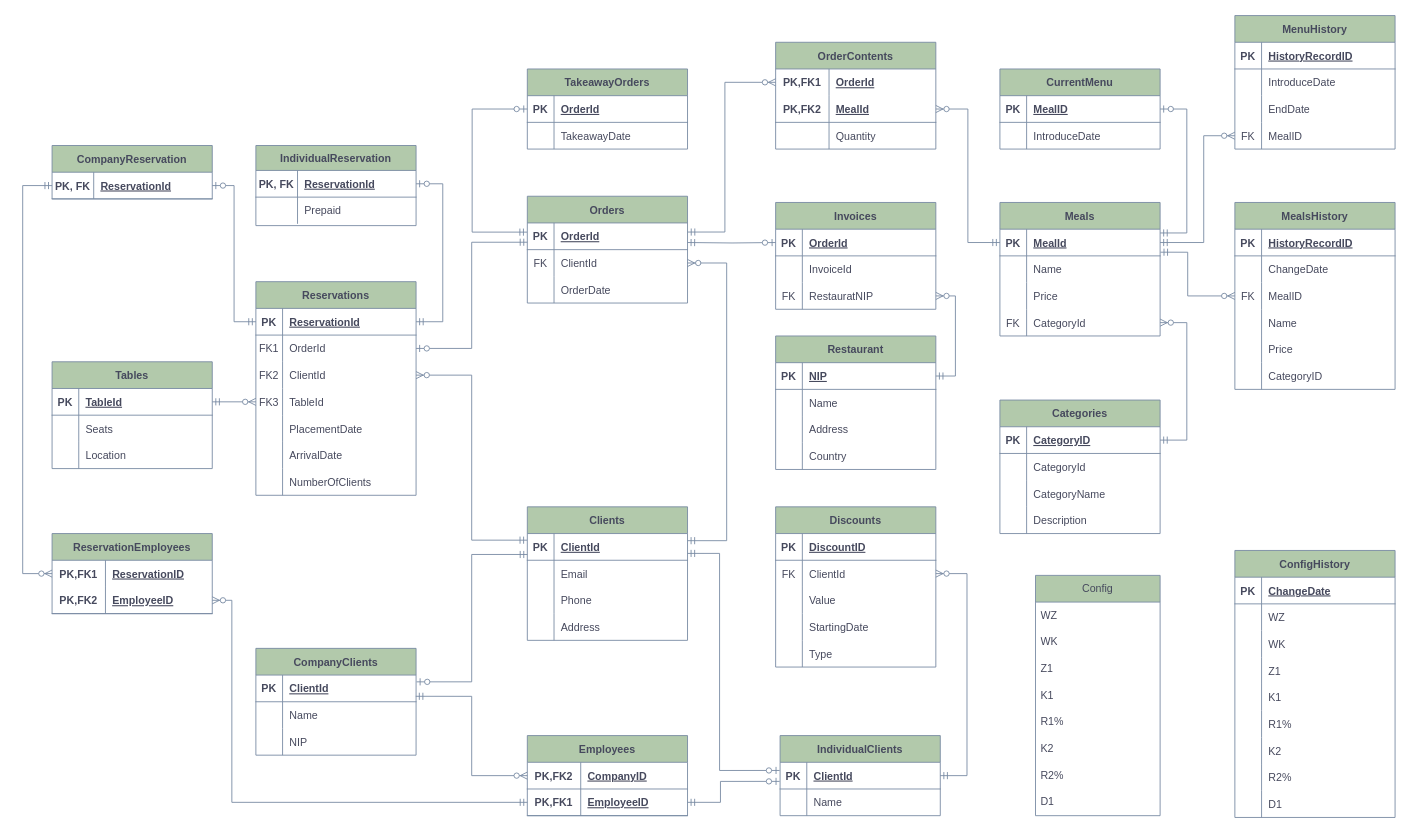
Before: db_diagram/db_diagram.drawio in Noarkhh/BazyBazunie, a draw.io diagram. Source tidied: cells renumbered, new cells numbered last; positions are measured from the earlier drawing's top-left corner, leaving out a move shared by most shapes. Both pictures are drawn from the tidied source at 89%, with x=0, y=0 at pixel (22, 15).
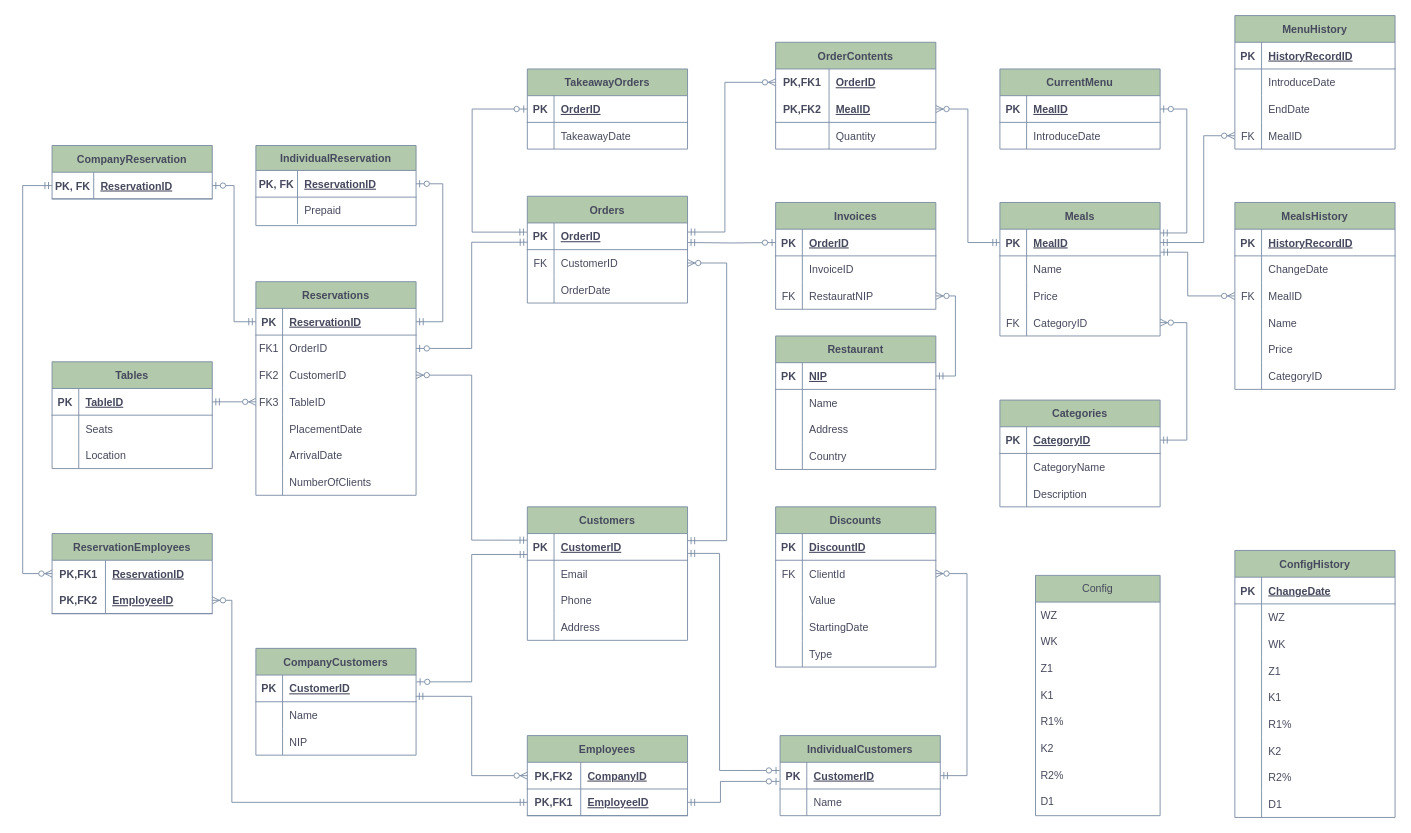
After the change.

Unchanged cells that the change refers to:
```xml
<mxCell id="3" style="shape=tableRow;horizontal=0;startSize=0;swimlaneHead=0;swimlaneBody=0;fillColor=none;points=[[0,0.5],[1,0.5]];portConstraint=eastwest;top=0;left=0;right=0;bottom=1;strokeColor=#788AA3;fontColor=#46495D;rounded=0;" parent="2" vertex="1">
  <mxGeometry y="30" width="180" height="30" as="geometry" />
</mxCell>
<mxCell id="13" style="shape=tableRow;horizontal=0;startSize=0;swimlaneHead=0;swimlaneBody=0;fillColor=none;points=[[0,0.5],[1,0.5]];portConstraint=eastwest;top=0;left=0;right=0;bottom=1;strokeColor=#788AA3;fontColor=#46495D;rounded=0;" parent="12" vertex="1">
  <mxGeometry y="30" width="180" height="30" as="geometry" />
</mxCell>
<mxCell id="16" style="shape=tableRow;horizontal=0;startSize=0;swimlaneHead=0;swimlaneBody=0;fillColor=none;points=[[0,0.5],[1,0.5]];portConstraint=eastwest;top=0;left=0;right=0;bottom=0;strokeColor=#788AA3;fontColor=#46495D;rounded=0;" parent="12" vertex="1">
  <mxGeometry y="60" width="180" height="30" as="geometry" />
</mxCell>
<mxCell id="19" style="shape=tableRow;horizontal=0;startSize=0;swimlaneHead=0;swimlaneBody=0;fillColor=none;points=[[0,0.5],[1,0.5]];portConstraint=eastwest;top=0;left=0;right=0;bottom=0;strokeColor=#788AA3;fontColor=#46495D;rounded=0;" parent="12" vertex="1">
  <mxGeometry y="90" width="180" height="30" as="geometry" />
</mxCell>
<mxCell id="22" style="shape=tableRow;horizontal=0;startSize=0;swimlaneHead=0;swimlaneBody=0;fillColor=none;points=[[0,0.5],[1,0.5]];portConstraint=eastwest;top=0;left=0;right=0;bottom=0;strokeColor=#788AA3;fontColor=#46495D;rounded=0;" parent="12" vertex="1">
  <mxGeometry y="120" width="180" height="30" as="geometry" />
</mxCell>
<mxCell id="35" style="shape=tableRow;horizontal=0;startSize=0;swimlaneHead=0;swimlaneBody=0;fillColor=none;points=[[0,0.5],[1,0.5]];portConstraint=eastwest;top=0;left=0;right=0;bottom=1;strokeColor=#788AA3;fontColor=#46495D;rounded=0;" parent="34" vertex="1">
  <mxGeometry y="30" width="180" height="30" as="geometry" />
</mxCell>
<mxCell id="39" style="shape=tableRow;horizontal=0;startSize=0;swimlaneHead=0;swimlaneBody=0;fillColor=none;points=[[0,0.5],[1,0.5]];portConstraint=eastwest;top=0;left=0;right=0;bottom=1;strokeColor=#788AA3;fontColor=#46495D;rounded=0;" parent="38" vertex="1">
  <mxGeometry y="28" width="180" height="30" as="geometry" />
</mxCell>
<mxCell id="49" style="shape=tableRow;horizontal=0;startSize=0;swimlaneHead=0;swimlaneBody=0;fillColor=none;points=[[0,0.5],[1,0.5]];portConstraint=eastwest;top=0;left=0;right=0;bottom=1;strokeColor=#788AA3;fontColor=#46495D;rounded=0;" parent="48" vertex="1">
  <mxGeometry y="30" width="180" height="30" as="geometry" />
</mxCell>
<mxCell id="62" style="shape=tableRow;horizontal=0;startSize=0;swimlaneHead=0;swimlaneBody=0;fillColor=none;points=[[0,0.5],[1,0.5]];portConstraint=eastwest;top=0;left=0;right=0;bottom=1;strokeColor=#788AA3;fontColor=#46495D;rounded=0;" parent="61" vertex="1">
  <mxGeometry y="30" width="180" height="30" as="geometry" />
</mxCell>
<mxCell id="65" style="shape=tableRow;horizontal=0;startSize=0;swimlaneHead=0;swimlaneBody=0;fillColor=none;points=[[0,0.5],[1,0.5]];portConstraint=eastwest;top=0;left=0;right=0;bottom=0;strokeColor=#788AA3;fontColor=#46495D;rounded=0;" parent="61" vertex="1">
  <mxGeometry y="60" width="180" height="30" as="geometry" />
</mxCell>
<mxCell id="72" style="shape=tableRow;horizontal=0;startSize=0;swimlaneHead=0;swimlaneBody=0;fillColor=none;points=[[0,0.5],[1,0.5]];portConstraint=eastwest;top=0;left=0;right=0;bottom=1;strokeColor=#788AA3;fontColor=#46495D;rounded=0;" parent="71" vertex="1">
  <mxGeometry y="30" width="180" height="30" as="geometry" />
</mxCell>
<mxCell id="79" style="shape=tableRow;horizontal=0;startSize=0;swimlaneHead=0;swimlaneBody=0;fillColor=none;points=[[0,0.5],[1,0.5]];portConstraint=eastwest;top=0;left=0;right=0;bottom=1;strokeColor=#788AA3;fontColor=#46495D;rounded=0;" parent="78" vertex="1">
  <mxGeometry y="30" width="180" height="30" as="geometry" />
</mxCell>
<mxCell id="82" style="shape=tableRow;horizontal=0;startSize=0;swimlaneHead=0;swimlaneBody=0;fillColor=none;top=0;left=0;right=0;bottom=0;strokeColor=#788AA3;fontColor=#46495D;rounded=0;" parent="78" vertex="1">
  <mxGeometry y="60" width="180" height="30" as="geometry" />
</mxCell>
<mxCell id="102" style="shape=tableRow;horizontal=0;startSize=0;swimlaneHead=0;swimlaneBody=0;fillColor=none;points=[[0,0.5],[1,0.5]];portConstraint=eastwest;top=0;left=0;right=0;bottom=0;strokeColor=#788AA3;fontColor=#46495D;rounded=0;" parent="101" vertex="1">
  <mxGeometry y="30" width="180" height="30" as="geometry" />
</mxCell>
<mxCell id="105" style="shape=tableRow;horizontal=0;startSize=0;swimlaneHead=0;swimlaneBody=0;fillColor=none;points=[[0,0.5],[1,0.5]];portConstraint=eastwest;top=0;left=0;right=0;bottom=1;strokeColor=#788AA3;fontColor=#46495D;rounded=0;" parent="101" vertex="1">
  <mxGeometry y="60" width="180" height="30" as="geometry" />
</mxCell>
<mxCell id="112" style="shape=tableRow;horizontal=0;startSize=0;swimlaneHead=0;swimlaneBody=0;fillColor=none;points=[[0,0.5],[1,0.5]];portConstraint=eastwest;top=0;left=0;right=0;bottom=1;strokeColor=#788AA3;fontColor=#46495D;rounded=0;" parent="111" vertex="1">
  <mxGeometry y="30" width="180" height="30" as="geometry" />
</mxCell>
<mxCell id="121" style="shape=tableRow;horizontal=0;startSize=0;swimlaneHead=0;swimlaneBody=0;fillColor=none;points=[[0,0.5],[1,0.5]];portConstraint=eastwest;top=0;left=0;right=0;bottom=0;strokeColor=#788AA3;fontColor=#46495D;rounded=0;" parent="111" vertex="1">
  <mxGeometry y="120" width="180" height="30" as="geometry" />
</mxCell>
<mxCell id="138" style="shape=tableRow;horizontal=0;startSize=0;swimlaneHead=0;swimlaneBody=0;fillColor=none;points=[[0,0.5],[1,0.5]];portConstraint=eastwest;top=0;left=0;right=0;bottom=1;strokeColor=#788AA3;fontColor=#46495D;rounded=0;" parent="137" vertex="1">
  <mxGeometry y="30" width="180" height="30" as="geometry" />
</mxCell>
<mxCell id="145" style="shape=tableRow;horizontal=0;startSize=0;swimlaneHead=0;swimlaneBody=0;fillColor=none;points=[[0,0.5],[1,0.5]];portConstraint=eastwest;top=0;left=0;right=0;bottom=1;strokeColor=#788AA3;fontColor=#46495D;rounded=0;" parent="144" vertex="1">
  <mxGeometry y="30" width="180" height="30" as="geometry" />
</mxCell>
```

What changed in the source:
```diff
@@
-    <mxCell id="5" value="TableId" style="shape=partialRectangle;fillColor=none;top=0;left=0;bottom=0;right=0;align=left;spacingLeft=6;fontStyle=5;overflow=hidden;strokeColor=#788AA3;fontColor=#46495D;rounded=0;" parent="3" vertex="1">
+    <mxCell id="5" value="TableID" style="shape=partialRectangle;fillColor=none;top=0;left=0;bottom=0;right=0;align=left;spacingLeft=6;fontStyle=5;overflow=hidden;strokeColor=#788AA3;fontColor=#46495D;rounded=0;" parent="3" vertex="1">
       <mxGeometry x="30" width="150" height="30" as="geometry" />
     </mxCell>
@@
-    <mxCell id="15" value="ReservationId" style="shape=partialRectangle;fillColor=none;top=0;left=0;bottom=0;right=0;align=left;spacingLeft=6;fontStyle=5;overflow=hidden;strokeColor=#788AA3;fontColor=#46495D;rounded=0;" parent="13" vertex="1">
+    <mxCell id="15" value="ReservationID" style="shape=partialRectangle;fillColor=none;top=0;left=0;bottom=0;right=0;align=left;spacingLeft=6;fontStyle=5;overflow=hidden;strokeColor=#788AA3;fontColor=#46495D;rounded=0;" parent="13" vertex="1">
       <mxGeometry x="30" width="150" height="30" as="geometry" />
     </mxCell>
@@
-    <mxCell id="18" value="OrderId" style="shape=partialRectangle;fillColor=none;top=0;left=0;bottom=0;right=0;align=left;spacingLeft=6;overflow=hidden;strokeColor=#788AA3;fontColor=#46495D;rounded=0;" parent="16" vertex="1">
+    <mxCell id="18" value="OrderID" style="shape=partialRectangle;fillColor=none;top=0;left=0;bottom=0;right=0;align=left;spacingLeft=6;overflow=hidden;strokeColor=#788AA3;fontColor=#46495D;rounded=0;" parent="16" vertex="1">
       <mxGeometry x="30" width="150" height="30" as="geometry" />
     </mxCell>
@@
-    <mxCell id="21" value="ClientId" style="shape=partialRectangle;fillColor=none;top=0;left=0;bottom=0;right=0;align=left;spacingLeft=6;overflow=hidden;strokeColor=#788AA3;fontColor=#46495D;rounded=0;" parent="19" vertex="1">
+    <mxCell id="21" value="CustomerID" style="shape=partialRectangle;fillColor=none;top=0;left=0;bottom=0;right=0;align=left;spacingLeft=6;overflow=hidden;strokeColor=#788AA3;fontColor=#46495D;rounded=0;" parent="19" vertex="1">
       <mxGeometry x="30" width="150" height="30" as="geometry" />
     </mxCell>
@@
-    <mxCell id="24" value="TableId" style="shape=partialRectangle;fillColor=none;top=0;left=0;bottom=0;right=0;align=left;spacingLeft=6;overflow=hidden;strokeColor=#788AA3;fontColor=#46495D;rounded=0;" parent="22" vertex="1">
+    <mxCell id="24" value="TableID" style="shape=partialRectangle;fillColor=none;top=0;left=0;bottom=0;right=0;align=left;spacingLeft=6;overflow=hidden;strokeColor=#788AA3;fontColor=#46495D;rounded=0;" parent="22" vertex="1">
       <mxGeometry x="30" width="150" height="30" as="geometry" />
     </mxCell>
@@
-    <mxCell id="37" value="ReservationId" style="shape=partialRectangle;fillColor=none;top=0;left=0;bottom=0;right=0;align=left;spacingLeft=6;fontStyle=5;overflow=hidden;strokeColor=#788AA3;fontColor=#46495D;rounded=0;" parent="35" vertex="1">
+    <mxCell id="37" value="ReservationID" style="shape=partialRectangle;fillColor=none;top=0;left=0;bottom=0;right=0;align=left;spacingLeft=6;fontStyle=5;overflow=hidden;strokeColor=#788AA3;fontColor=#46495D;rounded=0;" parent="35" vertex="1">
       <mxGeometry x="46.8" width="133.2" height="30" as="geometry" />
     </mxCell>
@@
-    <mxCell id="41" value="ReservationId" style="shape=partialRectangle;fillColor=none;top=0;left=0;bottom=0;right=0;align=left;spacingLeft=6;fontStyle=5;overflow=hidden;strokeColor=#788AA3;fontColor=#46495D;rounded=0;" parent="39" vertex="1">
+    <mxCell id="41" value="ReservationID" style="shape=partialRectangle;fillColor=none;top=0;left=0;bottom=0;right=0;align=left;spacingLeft=6;fontStyle=5;overflow=hidden;strokeColor=#788AA3;fontColor=#46495D;rounded=0;" parent="39" vertex="1">
       <mxGeometry x="46.8" width="133.2" height="30" as="geometry" />
     </mxCell>
@@
-    <mxCell id="48" value="Clients" style="shape=table;startSize=30;childLayout=tableLayout;rowLines=0;fontStyle=1;align=center;rounded=0;fillColor=#B2C9AB;strokeColor=#788AA3;fontColor=#46495D;" parent="1" vertex="1">
+    <mxCell id="48" value="Customers" style="shape=table;startSize=30;childLayout=tableLayout;rowLines=0;fontStyle=1;align=center;rounded=0;fillColor=#B2C9AB;strokeColor=#788AA3;fontColor=#46495D;" parent="1" vertex="1">
       <mxGeometry x="567" y="552" width="180" height="150" as="geometry" />
     </mxCell>
@@
-    <mxCell id="51" value="ClientId" style="shape=partialRectangle;fillColor=none;top=0;left=0;bottom=0;right=0;align=left;spacingLeft=6;fontStyle=5;overflow=hidden;strokeColor=#788AA3;fontColor=#46495D;rounded=0;" parent="49" vertex="1">
+    <mxCell id="51" value="CustomerID" style="shape=partialRectangle;fillColor=none;top=0;left=0;bottom=0;right=0;align=left;spacingLeft=6;fontStyle=5;overflow=hidden;strokeColor=#788AA3;fontColor=#46495D;rounded=0;" parent="49" vertex="1">
       <mxGeometry x="30" width="150" height="30" as="geometry" />
     </mxCell>
@@
-    <mxCell id="64" value="OrderId" style="shape=partialRectangle;fillColor=none;top=0;left=0;bottom=0;right=0;align=left;spacingLeft=6;fontStyle=5;overflow=hidden;strokeColor=#788AA3;fontColor=#46495D;rounded=0;" parent="62" vertex="1">
+    <mxCell id="64" value="OrderID" style="shape=partialRectangle;fillColor=none;top=0;left=0;bottom=0;right=0;align=left;spacingLeft=6;fontStyle=5;overflow=hidden;strokeColor=#788AA3;fontColor=#46495D;rounded=0;" parent="62" vertex="1">
       <mxGeometry x="30" width="150" height="30" as="geometry" />
     </mxCell>
@@
-    <mxCell id="67" value="ClientId" style="shape=partialRectangle;fillColor=none;top=0;left=0;bottom=0;right=0;align=left;spacingLeft=6;overflow=hidden;strokeColor=#788AA3;fontColor=#46495D;rounded=0;" parent="65" vertex="1">
+    <mxCell id="67" value="CustomerID" style="shape=partialRectangle;fillColor=none;top=0;left=0;bottom=0;right=0;align=left;spacingLeft=6;overflow=hidden;strokeColor=#788AA3;fontColor=#46495D;rounded=0;" parent="65" vertex="1">
       <mxGeometry x="30" width="150" height="30" as="geometry" />
     </mxCell>
@@
-    <mxCell id="74" value="OrderId" style="shape=partialRectangle;fillColor=none;top=0;left=0;bottom=0;right=0;align=left;spacingLeft=6;fontStyle=5;overflow=hidden;strokeColor=#788AA3;fontColor=#46495D;rounded=0;" parent="72" vertex="1">
+    <mxCell id="74" value="OrderID" style="shape=partialRectangle;fillColor=none;top=0;left=0;bottom=0;right=0;align=left;spacingLeft=6;fontStyle=5;overflow=hidden;strokeColor=#788AA3;fontColor=#46495D;rounded=0;" parent="72" vertex="1">
       <mxGeometry x="30" width="150" height="30" as="geometry" />
     </mxCell>
@@
-    <mxCell id="81" value="OrderId" style="shape=partialRectangle;fillColor=none;top=0;left=0;bottom=0;right=0;align=left;spacingLeft=6;fontStyle=5;overflow=hidden;strokeColor=#788AA3;fontColor=#46495D;rounded=0;" parent="79" vertex="1">
+    <mxCell id="81" value="OrderID" style="shape=partialRectangle;fillColor=none;top=0;left=0;bottom=0;right=0;align=left;spacingLeft=6;fontStyle=5;overflow=hidden;strokeColor=#788AA3;fontColor=#46495D;rounded=0;" parent="79" vertex="1">
       <mxGeometry x="30" width="150" height="30" as="geometry" />
     </mxCell>
@@
-    <mxCell id="84" value="InvoiceId" style="shape=partialRectangle;fillColor=none;top=0;left=0;bottom=0;right=0;align=left;spacingLeft=6;overflow=hidden;strokeColor=#788AA3;fontColor=#46495D;rounded=0;" parent="82" vertex="1">
+    <mxCell id="84" value="InvoiceID" style="shape=partialRectangle;fillColor=none;top=0;left=0;bottom=0;right=0;align=left;spacingLeft=6;overflow=hidden;strokeColor=#788AA3;fontColor=#46495D;rounded=0;" parent="82" vertex="1">
       <mxGeometry x="30" width="150" height="30" as="geometry" />
     </mxCell>
@@
-    <mxCell id="104" value="OrderId" style="shape=partialRectangle;fillColor=none;top=0;left=0;bottom=0;right=0;align=left;spacingLeft=6;fontStyle=5;overflow=hidden;strokeColor=#788AA3;fontColor=#46495D;rounded=0;" parent="102" vertex="1">
+    <mxCell id="104" value="OrderID" style="shape=partialRectangle;fillColor=none;top=0;left=0;bottom=0;right=0;align=left;spacingLeft=6;fontStyle=5;overflow=hidden;strokeColor=#788AA3;fontColor=#46495D;rounded=0;" parent="102" vertex="1">
       <mxGeometry x="60" width="120" height="30" as="geometry" />
     </mxCell>
@@
-    <mxCell id="107" value="MealId" style="shape=partialRectangle;fillColor=none;top=0;left=0;bottom=0;right=0;align=left;spacingLeft=6;fontStyle=5;overflow=hidden;strokeColor=#788AA3;fontColor=#46495D;rounded=0;" parent="105" vertex="1">
+    <mxCell id="107" value="MealID" style="shape=partialRectangle;fillColor=none;top=0;left=0;bottom=0;right=0;align=left;spacingLeft=6;fontStyle=5;overflow=hidden;strokeColor=#788AA3;fontColor=#46495D;rounded=0;" parent="105" vertex="1">
       <mxGeometry x="60" width="120" height="30" as="geometry" />
     </mxCell>
@@
-    <mxCell id="114" value="MealId" style="shape=partialRectangle;fillColor=none;top=0;left=0;bottom=0;right=0;align=left;spacingLeft=6;fontStyle=5;overflow=hidden;strokeColor=#788AA3;fontColor=#46495D;rounded=0;" parent="112" vertex="1">
+    <mxCell id="114" value="MealID" style="shape=partialRectangle;fillColor=none;top=0;left=0;bottom=0;right=0;align=left;spacingLeft=6;fontStyle=5;overflow=hidden;strokeColor=#788AA3;fontColor=#46495D;rounded=0;" parent="112" vertex="1">
       <mxGeometry x="30" width="150" height="30" as="geometry" />
     </mxCell>
@@
-    <mxCell id="123" value="CategoryId" style="shape=partialRectangle;fillColor=none;top=0;left=0;bottom=0;right=0;align=left;spacingLeft=6;overflow=hidden;strokeColor=#788AA3;fontColor=#46495D;rounded=0;" parent="121" vertex="1">
+    <mxCell id="123" value="CategoryID" style="shape=partialRectangle;fillColor=none;top=0;left=0;bottom=0;right=0;align=left;spacingLeft=6;overflow=hidden;strokeColor=#788AA3;fontColor=#46495D;rounded=0;" parent="121" vertex="1">
       <mxGeometry x="30" width="150" height="30" as="geometry" />
     </mxCell>
     <mxCell id="124" value="Categories" style="shape=table;startSize=30;childLayout=tableLayout;rowLines=0;fontStyle=1;align=center;fillColor=#B2C9AB;strokeColor=#788AA3;fontColor=#46495D;rounded=0;" parent="1" vertex="1">
-      <mxGeometry x="1098" y="432" width="180" height="150" as="geometry" />
+      <mxGeometry x="1098" y="432" width="180" height="120" as="geometry" />
     </mxCell>
@@
-    <mxCell id="128" style="shape=tableRow;horizontal=0;startSize=0;swimlaneHead=0;swimlaneBody=0;fillColor=none;top=0;left=0;right=0;bottom=0;strokeColor=#788AA3;fontColor=#46495D;rounded=0;" parent="124" vertex="1">
-      <mxGeometry y="60" width="180" height="30" as="geometry" />
-    </mxCell>
-    <mxCell id="129" style="shape=partialRectangle;fillColor=none;top=0;left=0;bottom=0;right=0;overflow=hidden;strokeColor=#788AA3;fontColor=#46495D;rounded=0;" parent="128" vertex="1">
-      <mxGeometry width="30" height="30" as="geometry" />
-    </mxCell>
-    <mxCell id="130" value="CategoryId" style="shape=partialRectangle;fillColor=none;top=0;left=0;bottom=0;right=0;align=left;spacingLeft=6;overflow=hidden;strokeColor=#788AA3;fontColor=#46495D;rounded=0;" parent="128" vertex="1">
-      <mxGeometry x="30" width="150" height="30" as="geometry" />
-    </mxCell>
     <mxCell id="131" style="shape=tableRow;horizontal=0;startSize=0;swimlaneHead=0;swimlaneBody=0;fillColor=none;top=0;left=0;right=0;bottom=0;strokeColor=#788AA3;fontColor=#46495D;rounded=0;" parent="124" vertex="1">
-      <mxGeometry y="90" width="180" height="30" as="geometry" />
+      <mxGeometry y="60" width="180" height="30" as="geometry" />
     </mxCell>
@@
     <mxCell id="134" style="shape=tableRow;horizontal=0;startSize=0;swimlaneHead=0;swimlaneBody=0;fillColor=none;top=0;left=0;right=0;bottom=0;strokeColor=#788AA3;fontColor=#46495D;rounded=0;" parent="124" vertex="1">
-      <mxGeometry y="120" width="180" height="30" as="geometry" />
+      <mxGeometry y="90" width="180" height="30" as="geometry" />
     </mxCell>
@@
-    <mxCell id="137" value="IndividualClients" style="shape=table;startSize=30;childLayout=tableLayout;rowLines=0;fontStyle=1;align=center;fillColor=#B2C9AB;strokeColor=#788AA3;fontColor=#46495D;rounded=0;" parent="1" vertex="1">
+    <mxCell id="137" value="IndividualCustomers" style="shape=table;startSize=30;childLayout=tableLayout;rowLines=0;fontStyle=1;align=center;fillColor=#B2C9AB;strokeColor=#788AA3;fontColor=#46495D;rounded=0;" parent="1" vertex="1">
       <mxGeometry x="851" y="809" width="180" height="90" as="geometry" />
     </mxCell>
@@
-    <mxCell id="140" value="ClientId" style="shape=partialRectangle;fillColor=none;top=0;left=0;bottom=0;right=0;align=left;spacingLeft=6;fontStyle=5;overflow=hidden;strokeColor=#788AA3;fontColor=#46495D;rounded=0;" parent="138" vertex="1">
+    <mxCell id="140" value="CustomerID" style="shape=partialRectangle;fillColor=none;top=0;left=0;bottom=0;right=0;align=left;spacingLeft=6;fontStyle=5;overflow=hidden;strokeColor=#788AA3;fontColor=#46495D;rounded=0;" parent="138" vertex="1">
       <mxGeometry x="30" width="150" height="30" as="geometry" />
     </mxCell>
@@
-    <mxCell id="144" value="CompanyClients" style="shape=table;startSize=30;childLayout=tableLayout;rowLines=0;fontStyle=1;align=center;fillColor=#B2C9AB;strokeColor=#788AA3;fontColor=#46495D;rounded=0;" parent="1" vertex="1">
+    <mxCell id="144" value="CompanyCustomers" style="shape=table;startSize=30;childLayout=tableLayout;rowLines=0;fontStyle=1;align=center;fillColor=#B2C9AB;strokeColor=#788AA3;fontColor=#46495D;rounded=0;" parent="1" vertex="1">
       <mxGeometry x="262" y="711" width="180" height="120" as="geometry" />
     </mxCell>
@@
-    <mxCell id="147" value="ClientId" style="shape=partialRectangle;fillColor=none;top=0;left=0;bottom=0;right=0;align=left;spacingLeft=6;fontStyle=5;overflow=hidden;strokeColor=#788AA3;fontColor=#46495D;rounded=0;" parent="145" vertex="1">
+    <mxCell id="147" value="CustomerID" style="shape=partialRectangle;fillColor=none;top=0;left=0;bottom=0;right=0;align=left;spacingLeft=6;fontStyle=5;overflow=hidden;strokeColor=#788AA3;fontColor=#46495D;rounded=0;" parent="145" vertex="1">
       <mxGeometry x="30" width="150" height="30" as="geometry" />
     </mxCell>
```
